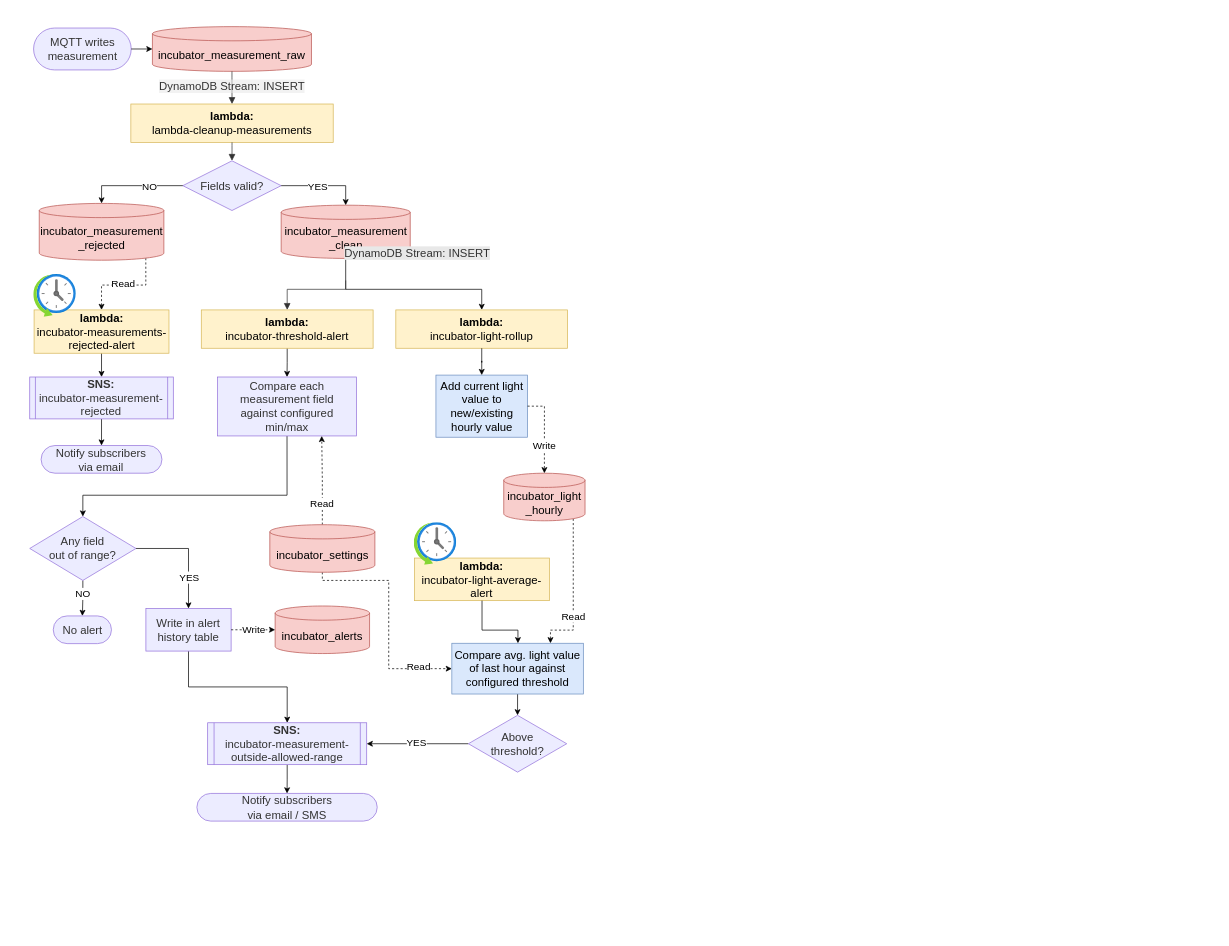
goblingift/DrawIO keeps this draw.io diagram as incubator_measurement_AWS.drawio. Above is the earlier version. Source tidied: cells renumbered, new cells numbered last; positions are measured from the earlier drawing's top-left corner, leaving out a move shared by most shapes. Both pictures are drawn from the tidied source at 71%, with x=0, y=0 at pixel (12, 12).
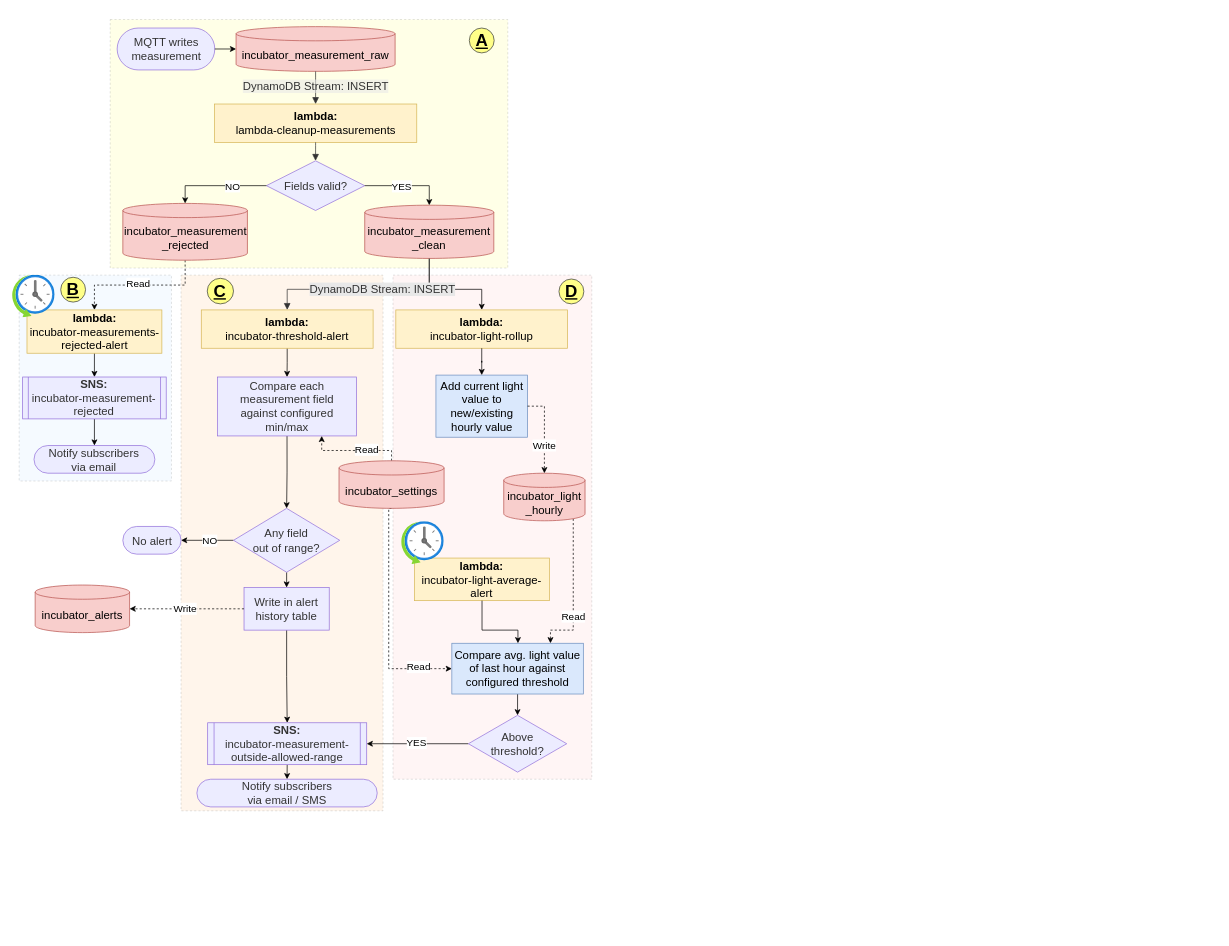
The same page after the edit.

The change refers to these unchanged cells:
```xml
<mxCell id="2" style="group;transparentBounds=1;editIcon=1;lockedGroup=0;groupPadding=20;fontFamily=Arial;" parent="1" vertex="1">
  <mxGeometry width="1697" height="1299" as="geometry" />
</mxCell>
<mxCell id="13" value="&lt;b&gt;lambda:&lt;br&gt;&lt;/b&gt;incubator-threshold-alert" style="html=1;whiteSpace=wrap;strokeWidth=1;fillColor=#fff2cc;strokeColor=#d6b656;fontFamily=Arial;fontSize=16;" parent="2" vertex="1">
  <mxGeometry x="266" y="419" width="242" height="54" as="geometry" />
</mxCell>
<mxCell id="15" value="Compare each measurement field&#10;against configured min/max" style="html=1;whiteSpace=wrap;strokeWidth=1;fillColor=light-dark(#ECECFF,#1f2020);strokeColor=light-dark(#9370DB,#cccccc);fontColor=light-dark(#333333,#cccccc);fontFamily=Arial;fontSize=16;" parent="2" vertex="1">
  <mxGeometry x="289" y="513.5" width="195.5" height="83" as="geometry" />
</mxCell>
<mxCell id="47" value="&lt;b&gt;lambda:&lt;br&gt;&lt;/b&gt;incubator-light-rollup" style="html=1;whiteSpace=wrap;strokeWidth=1;fillColor=#fff2cc;strokeColor=#d6b656;fontFamily=Arial;fontSize=16;" parent="2" vertex="1">
  <mxGeometry x="540" y="419" width="242" height="54" as="geometry" />
</mxCell>
<mxCell id="58" value="Compare avg. light value of last hour against configured threshold" style="whiteSpace=wrap;html=1;fontSize=16;fontFamily=Arial;fillColor=#dae8fc;strokeColor=#6c8ebf;strokeWidth=1;" parent="2" vertex="1">
  <mxGeometry x="618.9" y="888.5" width="185.2" height="71.5" as="geometry" />
</mxCell>
```

The edit, as a diff of the source:
```diff
@@
+    <mxCell id="63" style="rounded=0;whiteSpace=wrap;html=1;fillColor=#ffcc99;opacity=20;strokeColor=#36393d;dashed=1;strokeWidth=1;perimeterSpacing=0;" parent="2" vertex="1">
+      <mxGeometry x="237.5" y="370" width="284.5" height="754.5" as="geometry" />
+    </mxCell>
+    <mxCell id="64" style="rounded=0;whiteSpace=wrap;html=1;fillColor=#cce5ff;opacity=20;strokeColor=#36393d;dashed=1;strokeWidth=1;perimeterSpacing=0;" parent="2" vertex="1">
+      <mxGeometry x="9.5" y="370" width="214.5" height="290" as="geometry" />
+    </mxCell>
+    <mxCell id="65" style="rounded=0;whiteSpace=wrap;html=1;fillColor=#ffcccc;opacity=20;strokeColor=#36393d;dashed=1;strokeWidth=1;perimeterSpacing=0;" parent="2" vertex="1">
+      <mxGeometry x="536" y="370" width="280" height="710" as="geometry" />
+    </mxCell>
+    <mxCell id="66" style="rounded=0;whiteSpace=wrap;html=1;fillColor=#ffff88;opacity=20;strokeColor=#36393d;dashed=1;strokeWidth=1;perimeterSpacing=0;" parent="2" vertex="1">
+      <mxGeometry x="137.7" y="10" width="560" height="350" as="geometry" />
+    </mxCell>
     <mxCell id="3" value="MQTT writes measurement" style="html=1;rounded=1;whiteSpace=wrap;arcSize=50;strokeWidth=1;fillColor=light-dark(#ECECFF,#1f2020);strokeColor=light-dark(#9370DB,#cccccc);fontColor=light-dark(#333333,#cccccc);fontFamily=Arial;fontSize=16;" parent="2" vertex="1">
-      <mxGeometry x="29.8" y="22" width="137.5" height="59" as="geometry" />
+      <mxGeometry x="147.5" y="22" width="137.5" height="59" as="geometry" />
     </mxCell>
     <mxCell id="4" value="incubator_measurement_raw" style="html=1;shape=cylinder3;boundedLbl=1;backgroundOutline=1;size=10;strokeWidth=1;whiteSpace=wrap;fillColor=#f8cecc;strokeColor=#b85450;fontFamily=Arial;fontSize=16;" parent="2" vertex="1">
-      <mxGeometry x="197.2" y="20" width="224" height="63" as="geometry" />
+      <mxGeometry x="315" y="20" width="224" height="63" as="geometry" />
     </mxCell>
     <mxCell id="5" value="&lt;b&gt;lambda:&lt;br&gt;&lt;/b&gt;lambda-cleanup-measurements" style="html=1;whiteSpace=wrap;strokeWidth=1;fillColor=#fff2cc;strokeColor=#d6b656;fontFamily=Arial;fontSize=16;" parent="2" vertex="1">
-      <mxGeometry x="166.8" y="129" width="285" height="54" as="geometry" />
+      <mxGeometry x="284.5" y="129" width="285" height="54" as="geometry" />
     </mxCell>
     <mxCell id="6" value="Fields valid?" style="rhombus;html=1;strokeWidth=1;whiteSpace=wrap;fillColor=light-dark(#ECECFF,#1f2020);strokeColor=light-dark(#9370DB,#cccccc);fontColor=light-dark(#333333,#cccccc);fontFamily=Arial;fontSize=16;" parent="2" vertex="1">
-      <mxGeometry x="240" y="209" width="138.5" height="70" as="geometry" />
+      <mxGeometry x="357.7" y="209" width="138.5" height="70" as="geometry" />
     </mxCell>
     <mxCell id="7" style="edgeStyle=orthogonalEdgeStyle;rounded=0;jettySize=auto;html=1;exitX=0.5;exitY=1;exitDx=0;exitDy=0;exitPerimeter=0;entryX=0.5;entryY=0;entryDx=0;entryDy=0;" parent="2" edge="1" source="8" target="47">
       <mxGeometry relative="1" as="geometry">
         <Array as="points">
-          <mxPoint x="469" y="390" />
+          <mxPoint x="587" y="390" />
           <mxPoint x="661" y="390" />
         </Array>
       </mxGeometry>
     </mxCell>
     <mxCell id="8" value="incubator_measurement&lt;div&gt;_clean&lt;/div&gt;" style="html=1;shape=cylinder3;boundedLbl=1;backgroundOutline=1;size=10;strokeWidth=1;whiteSpace=wrap;fillColor=#f8cecc;strokeColor=#b85450;fontFamily=Arial;fontSize=16;" parent="2" vertex="1">
-      <mxGeometry x="378.5" y="271.5" width="181.8" height="75" as="geometry" />
+      <mxGeometry x="496.2" y="271.5" width="181.8" height="75" as="geometry" />
     </mxCell>
-    <mxCell id="9" style="edgeStyle=orthogonalEdgeStyle;rounded=0;jettySize=auto;html=1;exitX=0.855;exitY=1;exitDx=0;exitDy=-2.9;exitPerimeter=0;entryX=0.5;entryY=0;entryDx=0;entryDy=0;dashed=1;" parent="2" edge="1" source="11" target="41">
+    <mxCell id="9" style="edgeStyle=orthogonalEdgeStyle;rounded=0;jettySize=auto;html=1;exitX=0.5;exitY=1;exitDx=0;exitDy=0;exitPerimeter=0;entryX=0.5;entryY=0;entryDx=0;entryDy=0;dashed=1;" parent="2" edge="1" source="11" target="41">
       <mxGeometry relative="1" as="geometry" />
     </mxCell>
@@
     <mxCell id="11" value="incubator_measurement&lt;div&gt;_rejected&lt;/div&gt;" style="html=1;shape=cylinder3;boundedLbl=1;backgroundOutline=1;size=10;strokeWidth=1;whiteSpace=wrap;fillColor=#f8cecc;strokeColor=#b85450;fontFamily=Arial;fontSize=16;" parent="2" vertex="1">
-      <mxGeometry x="37.8" y="269" width="175.5" height="80" as="geometry" />
+      <mxGeometry x="155.5" y="269" width="175.5" height="80" as="geometry" />
     </mxCell>
@@
     <mxCell id="14" style="edgeStyle=orthogonalEdgeStyle;rounded=0;jettySize=auto;html=1;exitX=0.5;exitY=1;exitDx=0;exitDy=0;entryX=0.5;entryY=0;entryDx=0;entryDy=0;" parent="2" edge="1" source="15" target="20">
-      <mxGeometry relative="1" as="geometry">
-        <Array as="points">
-          <mxPoint x="387" y="680" />
-          <mxPoint x="99" y="680" />
-        </Array>
-      </mxGeometry>
+      <mxGeometry relative="1" as="geometry" />
     </mxCell>
@@
-    <mxCell id="16" style="edgeStyle=orthogonalEdgeStyle;rounded=0;jettySize=auto;html=1;exitX=0.5;exitY=1;exitDx=0;exitDy=0;entryX=0.5;entryY=0;entryDx=0;entryDy=0;" parent="2" edge="1" source="20" target="21">
+    <mxCell id="16" style="edgeStyle=orthogonalEdgeStyle;rounded=0;jettySize=auto;html=1;exitX=0;exitY=0.5;exitDx=0;exitDy=0;entryX=1;entryY=0.5;entryDx=0;entryDy=0;" parent="2" edge="1" source="20" target="21">
       <mxGeometry relative="1" as="geometry" />
     </mxCell>
     <mxCell id="17" value="NO" style="edgeLabel;html=1;align=center;verticalAlign=middle;fontSize=14;" parent="16" vertex="1">
       <mxGeometry x="0.46" y="-1" relative="1" as="geometry">
-        <mxPoint x="1" y="-18" as="offset" />
+        <mxPoint x="20" y="1" as="offset" />
       </mxGeometry>
     </mxCell>
-    <mxCell id="18" style="edgeStyle=orthogonalEdgeStyle;rounded=0;jettySize=auto;html=1;exitX=1;exitY=0.5;exitDx=0;exitDy=0;entryX=0.5;entryY=0;entryDx=0;entryDy=0;" parent="2" edge="1" source="20" target="38">
+    <mxCell id="18" style="edgeStyle=orthogonalEdgeStyle;rounded=0;jettySize=auto;html=1;exitX=0.5;exitY=1;exitDx=0;exitDy=0;entryX=0.5;entryY=0;entryDx=0;entryDy=0;" parent="2" edge="1" source="20" target="38">
       <mxGeometry relative="1" as="geometry" />
     </mxCell>
-    <mxCell id="19" value="&lt;font style=&quot;font-size: 14px;&quot;&gt;YES&lt;/font&gt;" style="edgeLabel;html=1;align=center;verticalAlign=middle;" parent="18" vertex="1">
-      <mxGeometry x="0.6" relative="1" as="geometry">
-        <mxPoint y="-13" as="offset" />
-      </mxGeometry>
-    </mxCell>
     <mxCell id="20" value="Any field&#10;out of range?" style="rhombus;html=1;strokeWidth=1;whiteSpace=wrap;fillColor=light-dark(#ECECFF,#1f2020);strokeColor=light-dark(#9370DB,#cccccc);fontColor=light-dark(#333333,#cccccc);fontFamily=Arial;fontSize=16;" parent="2" vertex="1">
-      <mxGeometry x="24.4" y="710" width="149.6" height="90" as="geometry" />
+      <mxGeometry x="311.4" y="698.5" width="149.6" height="90" as="geometry" />
     </mxCell>
     <mxCell id="21" value="No alert" style="html=1;rounded=1;whiteSpace=wrap;arcSize=50;strokeWidth=1;fillColor=light-dark(#ECECFF,#1f2020);strokeColor=light-dark(#9370DB,#cccccc);fontColor=light-dark(#333333,#cccccc);fontFamily=Arial;fontSize=16;" parent="2" vertex="1">
-      <mxGeometry x="57.5" y="850" width="82" height="39" as="geometry" />
+      <mxGeometry x="155.5" y="724" width="82" height="39" as="geometry" />
     </mxCell>
     <mxCell id="22" value="incubator_alerts" style="html=1;shape=cylinder3;boundedLbl=1;backgroundOutline=1;size=10;strokeWidth=1;whiteSpace=wrap;fillColor=#f8cecc;strokeColor=#b85450;fontFamily=Arial;fontSize=16;" parent="2" vertex="1">
-      <mxGeometry x="370" y="836" width="133" height="67" as="geometry" />
+      <mxGeometry x="32" y="806.5" width="133" height="67" as="geometry" />
     </mxCell>
@@
     <mxCell id="25" value="Notify subscribers&lt;div&gt;via email / SMS&lt;/div&gt;" style="html=1;rounded=1;whiteSpace=wrap;arcSize=50;strokeWidth=1;fillColor=light-dark(#ECECFF,#1f2020);strokeColor=light-dark(#9370DB,#cccccc);fontColor=light-dark(#333333,#cccccc);fontFamily=Arial;fontSize=16;" parent="2" vertex="1">
-      <mxGeometry x="259.8" y="1100" width="254" height="39" as="geometry" />
+      <mxGeometry x="259.8" y="1080" width="254" height="39" as="geometry" />
     </mxCell>
@@
     <mxCell id="28" style="edgeStyle=orthogonalEdgeStyle;rounded=0;jettySize=auto;html=1;exitX=0.5;exitY=0;exitDx=0;exitDy=0;exitPerimeter=0;entryX=0.75;entryY=1;entryDx=0;entryDy=0;dashed=1;" parent="2" edge="1" source="32" target="15">
-      <mxGeometry relative="1" as="geometry" />
+      <mxGeometry relative="1" as="geometry">
+        <Array as="points">
+          <mxPoint x="534" y="617" />
+          <mxPoint x="436" y="617" />
+        </Array>
+      </mxGeometry>
     </mxCell>
     <mxCell id="29" value="&lt;font face=&quot;Arial&quot; style=&quot;font-size: 14px;&quot;&gt;Read&lt;/font&gt;" style="edgeLabel;html=1;align=center;verticalAlign=middle;" parent="28" vertex="1">
-      <mxGeometry x="-0.52" y="1" relative="1" as="geometry" />
+      <mxGeometry x="-0.52" y="1" relative="1" as="geometry">
+        <mxPoint x="-18" y="-3" as="offset" />
+      </mxGeometry>
     </mxCell>
     <mxCell id="30" style="edgeStyle=orthogonalEdgeStyle;rounded=0;jettySize=auto;html=1;exitX=0.5;exitY=1;exitDx=0;exitDy=0;exitPerimeter=0;entryX=0;entryY=0.5;entryDx=0;entryDy=0;dashed=1;" parent="2" edge="1" source="32" target="58">
       <mxGeometry relative="1" as="geometry">
         <Array as="points">
-          <mxPoint x="437" y="800" />
-          <mxPoint x="530" y="800" />
+          <mxPoint x="530" y="699" />
           <mxPoint x="530" y="924" />
         </Array>
       </mxGeometry>
     </mxCell>
@@
     <mxCell id="32" value="incubator_settings" style="html=1;shape=cylinder3;boundedLbl=1;backgroundOutline=1;size=10;strokeWidth=1;whiteSpace=wrap;fillColor=#f8cecc;strokeColor=#b85450;fontFamily=Arial;fontSize=16;" parent="2" vertex="1">
-      <mxGeometry x="362.5" y="721.5" width="148" height="67" as="geometry" />
+      <mxGeometry x="460" y="631.5" width="148" height="67" as="geometry" />
     </mxCell>
@@
     <mxCell id="38" value="Write in alert history table" style="whiteSpace=wrap;html=1;fontSize=16;fontFamily=Arial;fillColor=light-dark(#ECECFF,#1f2020);strokeColor=light-dark(#9370DB,#cccccc);fontColor=light-dark(#333333,#cccccc);strokeWidth=1;" parent="2" vertex="1">
-      <mxGeometry x="188" y="839.5" width="120" height="60" as="geometry" />
+      <mxGeometry x="326.2" y="810" width="120" height="60" as="geometry" />
     </mxCell>
-    <mxCell id="39" value="&lt;font style=&quot;font-size: 14px;&quot;&gt;Write&lt;/font&gt;" style="edgeStyle=orthogonalEdgeStyle;rounded=0;jettySize=auto;html=1;exitX=1;exitY=0.5;exitDx=0;exitDy=0;dashed=1;entryX=0;entryY=0.5;entryDx=0;entryDy=0;entryPerimeter=0;" parent="2" edge="1" source="38" target="22">
+    <mxCell id="39" value="&lt;font style=&quot;font-size: 14px;&quot;&gt;Write&lt;/font&gt;" style="edgeStyle=orthogonalEdgeStyle;rounded=0;jettySize=auto;html=1;exitX=0;exitY=0.5;exitDx=0;exitDy=0;dashed=1;entryX=1;entryY=0.5;entryDx=0;entryDy=0;entryPerimeter=0;" parent="2" edge="1" source="38" target="22">
       <mxGeometry x="0.03" relative="1" as="geometry" />
     </mxCell>
@@
     <mxCell id="41" value="&lt;b&gt;lambda:&lt;br&gt;&lt;/b&gt;incubator-measurements-rejected-alert" style="html=1;whiteSpace=wrap;strokeWidth=1;fillColor=#fff2cc;strokeColor=#d6b656;fontFamily=Arial;fontSize=16;" parent="2" vertex="1">
-      <mxGeometry x="30.5" y="419" width="190" height="61" as="geometry" />
+      <mxGeometry x="20.5" y="419" width="190" height="61" as="geometry" />
     </mxCell>
@@
     <mxCell id="43" value="&lt;b&gt;SNS:&lt;br&gt;&lt;/b&gt;incubator-measurement-&lt;br&gt;rejected" style="html=1;strokeWidth=1;shape=process;whiteSpace=wrap;size=0.04;fillColor=light-dark(#ECECFF,#1f2020);strokeColor=light-dark(#9370DB,#cccccc);fontColor=light-dark(#333333,#cccccc);fontFamily=Arial;fontSize=16;" parent="2" vertex="1">
-      <mxGeometry x="24.4" y="513.5" width="202.2" height="59" as="geometry" />
+      <mxGeometry x="14.4" y="513.5" width="202.2" height="59" as="geometry" />
     </mxCell>
     <mxCell id="44" value="Notify subscribers&lt;div&gt;via email&lt;/div&gt;" style="html=1;rounded=1;whiteSpace=wrap;arcSize=50;strokeWidth=1;fillColor=light-dark(#ECECFF,#1f2020);strokeColor=light-dark(#9370DB,#cccccc);fontColor=light-dark(#333333,#cccccc);fontFamily=Arial;fontSize=16;" parent="2" vertex="1">
-      <mxGeometry x="40.4" y="610" width="170.2" height="39" as="geometry" />
+      <mxGeometry x="30.4" y="610" width="170.2" height="39" as="geometry" />
     </mxCell>
@@
     <mxCell id="46" style="image;html=1;align=center;fontSize=12;image=img/lib/azure2/general/Scheduler.svg;" parent="2" vertex="1">
-      <mxGeometry x="29.8" y="369" width="60" height="60" as="geometry" />
+      <mxGeometry y="370" width="60" height="60" as="geometry" />
     </mxCell>
@@
-    <mxCell id="48" value="DynamoDB Stream: INSERT" style="startArrow=none;endArrow=block;endSize=7;strokeColor=light-dark(#333333,#cccccc);html=1;fontSize=16;labelBackgroundColor=light-dark(#E8E8E8,#2a2a2a);fontFamily=Arial;fontColor=light-dark(#333333,#cccccc);exitX=0.5;exitY=1;entryX=0.5;entryY=0;rounded=0;edgeStyle=orthogonalEdgeStyle;exitDx=0;exitDy=0;exitPerimeter=0;entryDx=0;entryDy=0;" parent="2" edge="1" target="13">
-      <mxGeometry x="-0.8" y="51" relative="1" as="geometry">
-        <mxPoint x="469.4" y="377.5" as="sourcePoint" />
+    <mxCell id="48" value="DynamoDB Stream: INSERT" style="startArrow=none;endArrow=block;endSize=7;strokeColor=light-dark(#333333,#cccccc);html=1;fontSize=16;labelBackgroundColor=light-dark(#E8E8E8,#2a2a2a);fontFamily=Arial;fontColor=light-dark(#333333,#cccccc);exitX=0.5;exitY=1;entryX=0.5;entryY=0;rounded=0;edgeStyle=orthogonalEdgeStyle;exitDx=0;exitDy=0;exitPerimeter=0;entryDx=0;entryDy=0;" parent="2" edge="1" source="8" target="13">
+      <mxGeometry x="-0.19" relative="1" as="geometry">
         <Array as="points">
-          <mxPoint x="469" y="390" />
+          <mxPoint x="587" y="390" />
           <mxPoint x="387" y="390" />
         </Array>
-        <mxPoint x="50" y="-51" as="offset" />
       </mxGeometry>
     </mxCell>
@@
     <mxCell id="56" style="image;html=1;align=center;fontSize=12;image=img/lib/azure2/general/Scheduler.svg;" parent="2" vertex="1">
-      <mxGeometry x="565.6" y="718.5" width="60" height="60" as="geometry" />
+      <mxGeometry x="548" y="717.2" width="60" height="60" as="geometry" />
     </mxCell>
@@
+    <mxCell id="67" value="&lt;font face=&quot;Arial&quot; style=&quot;font-size: 24px;&quot;&gt;&lt;b&gt;&lt;u&gt;A&lt;/u&gt;&lt;/b&gt;&lt;/font&gt;" style="ellipse;whiteSpace=wrap;html=1;fillColor=#ffff88;strokeColor=#36393d;" parent="2" vertex="1">
+      <mxGeometry x="643.5" y="22" width="35" height="35" as="geometry" />
+    </mxCell>
+    <mxCell id="68" value="&lt;font face=&quot;Arial&quot; style=&quot;font-size: 24px;&quot;&gt;&lt;b&gt;&lt;u&gt;B&lt;/u&gt;&lt;/b&gt;&lt;/font&gt;" style="ellipse;whiteSpace=wrap;html=1;fillColor=#ffff88;strokeColor=#36393d;" parent="2" vertex="1">
+      <mxGeometry x="68" y="373" width="35" height="35" as="geometry" />
+    </mxCell>
+    <mxCell id="69" value="&lt;font face=&quot;Arial&quot; style=&quot;font-size: 24px;&quot;&gt;&lt;b&gt;&lt;u&gt;C&lt;/u&gt;&lt;/b&gt;&lt;/font&gt;" style="ellipse;whiteSpace=wrap;html=1;fillColor=#ffff88;strokeColor=#36393d;" parent="2" vertex="1">
+      <mxGeometry x="274.4" y="374.5" width="37" height="36" as="geometry" />
+    </mxCell>
+    <mxCell id="70" value="&lt;font face=&quot;Arial&quot; style=&quot;font-size: 24px;&quot;&gt;&lt;b&gt;&lt;u&gt;D&lt;/u&gt;&lt;/b&gt;&lt;/font&gt;" style="ellipse;whiteSpace=wrap;html=1;fillColor=#ffff88;strokeColor=#36393d;" parent="2" vertex="1">
+      <mxGeometry x="769.8" y="375.5" width="35" height="35" as="geometry" />
+    </mxCell>
```
